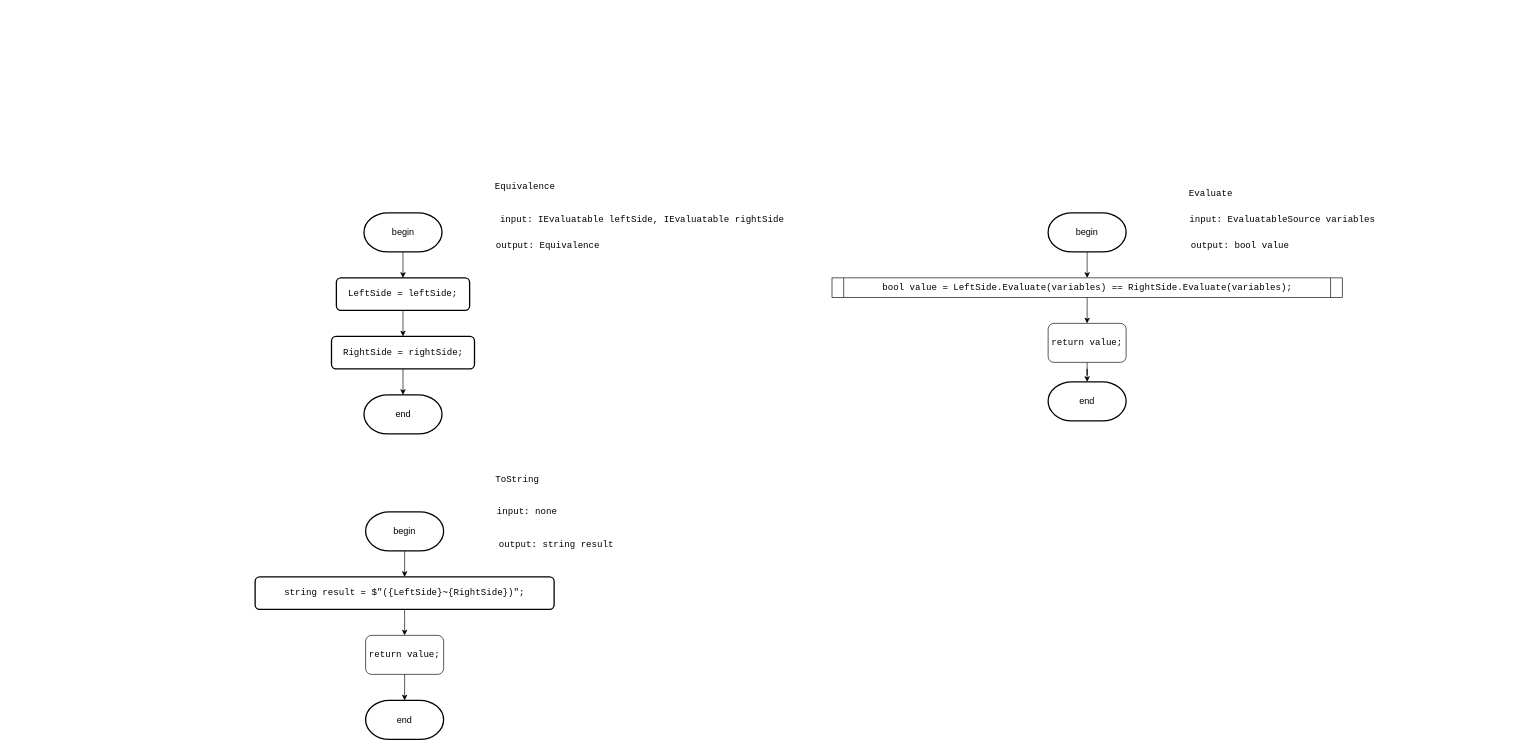
The draw.io diagram Diagrams/equivalence.drawio in slavikovics/FictionalVariables, before the edit. Source tidied: cells renumbered, new cells numbered last; positions are measured from the earlier drawing's top-left corner, leaving out a move shared by most shapes. Both pictures are drawn from the tidied source at 65%, with x=0, y=0 at pixel (255, 167).
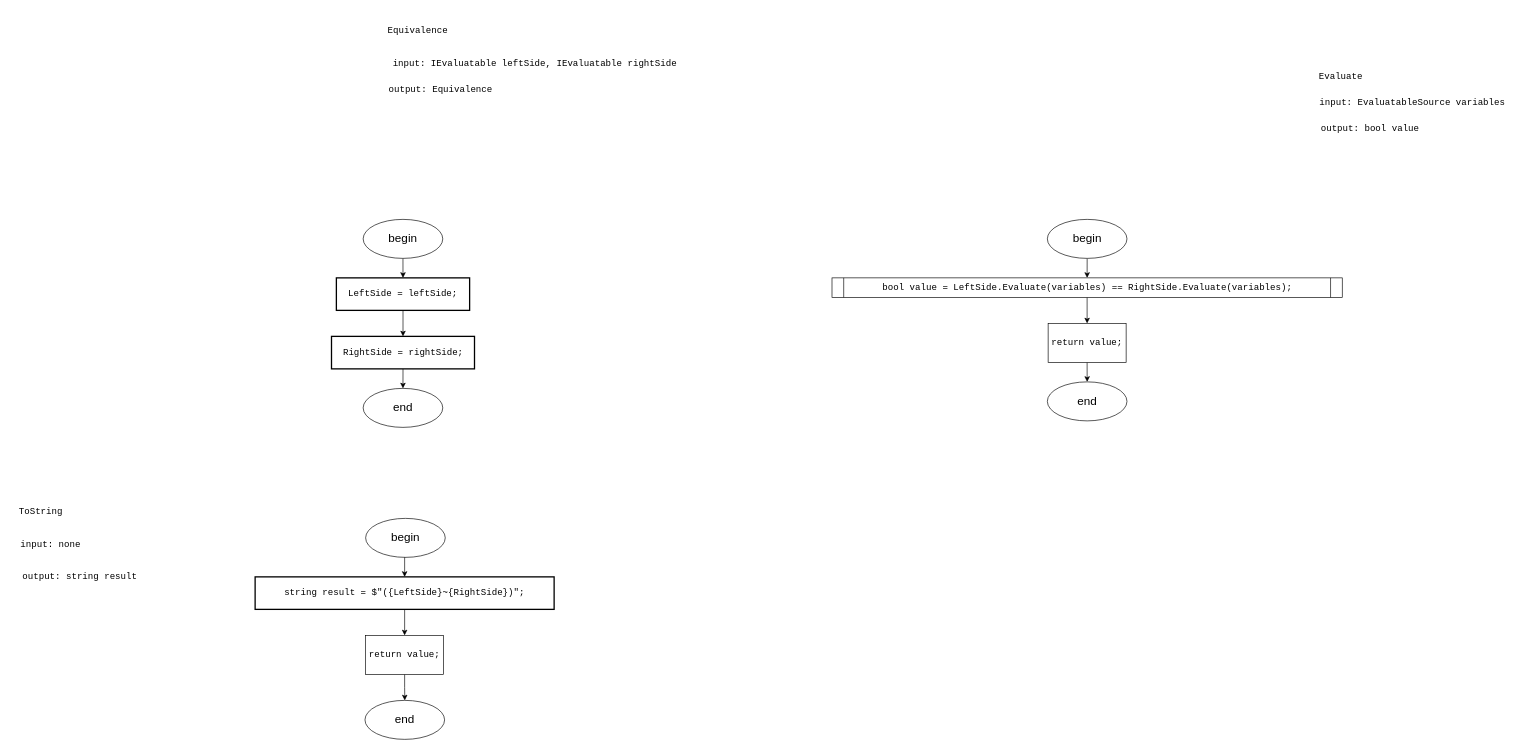
The same diagram, later.

Unchanged cells that the change refers to:
```xml
<mxCell id="27" value="&lt;pre style=&quot;font-family: &amp;quot;JetBrains Mono&amp;quot;, monospace;&quot;&gt;&lt;span style=&quot;&quot;&gt;bool &lt;/span&gt;&lt;span style=&quot;&quot;&gt;value &lt;/span&gt;= LeftSide.&lt;span style=&quot;&quot;&gt;Evaluate&lt;/span&gt;(&lt;span style=&quot;&quot;&gt;variables&lt;/span&gt;) == RightSide.&lt;span style=&quot;&quot;&gt;Evaluate&lt;/span&gt;(&lt;span style=&quot;&quot;&gt;variables&lt;/span&gt;);&lt;/pre&gt;" style="shape=process;whiteSpace=wrap;html=1;backgroundOutline=1;size=0.022988505747126436;fontSize=14;fontColor=#000000;labelBackgroundColor=none;" parent="1" vertex="1">
  <mxGeometry x="887.5" y="170" width="785" height="30" as="geometry" />
</mxCell>
```

What changed in the source:
```diff
@@
     <mxCell id="2" value="&lt;div&gt;&lt;pre style=&quot;font-family: &amp;quot;JetBrains Mono&amp;quot;, monospace;&quot;&gt;&lt;font style=&quot;&quot;&gt;Equivalence&lt;/font&gt;&lt;/pre&gt;&lt;/div&gt;" style="text;html=1;align=center;verticalAlign=middle;strokeColor=none;fillColor=none;fontSize=14;fontColor=#000000;labelBackgroundColor=none;" parent="1" vertex="1">
-      <mxGeometry x="360" width="110" height="60" as="geometry" />
+      <mxGeometry x="195" y="-240" width="110" height="60" as="geometry" />
     </mxCell>
-    <mxCell id="3" style="edgeStyle=orthogonalEdgeStyle;rounded=0;jettySize=auto;html=1;exitX=0.5;exitY=1;exitDx=0;exitDy=0;exitPerimeter=0;entryX=0.5;entryY=0;entryDx=0;entryDy=0;fontSize=14;fontColor=#000000;labelBackgroundColor=none;" parent="1" edge="1" source="4" target="6">
-      <mxGeometry relative="1" as="geometry" />
-    </mxCell>
-    <mxCell id="4" value="begin" style="strokeWidth=2;html=1;shape=mxgraph.flowchart.terminator;whiteSpace=wrap;fontSize=14;fontColor=#000000;labelBackgroundColor=none;" parent="1" vertex="1">
-      <mxGeometry x="167.5" y="70" width="120" height="60" as="geometry" />
-    </mxCell>
@@
-    <mxCell id="6" value="&lt;div style=&quot;&quot;&gt;&lt;pre style=&quot;font-family: &amp;quot;JetBrains Mono&amp;quot;, monospace;&quot;&gt;LeftSide = &lt;span style=&quot;&quot;&gt;leftSide&lt;/span&gt;;&lt;/pre&gt;&lt;/div&gt;" style="rounded=1;whiteSpace=wrap;html=1;absoluteArcSize=1;arcSize=14;strokeWidth=2;fontSize=14;fontColor=#000000;labelBackgroundColor=none;" parent="1" vertex="1">
+    <mxCell id="6" value="&lt;div style=&quot;&quot;&gt;&lt;pre style=&quot;font-family: &amp;quot;JetBrains Mono&amp;quot;, monospace;&quot;&gt;LeftSide = &lt;span style=&quot;&quot;&gt;leftSide&lt;/span&gt;;&lt;/pre&gt;&lt;/div&gt;" style="rounded=0;whiteSpace=wrap;html=1;absoluteArcSize=1;arcSize=14;strokeWidth=2;fontSize=14;fontColor=#000000;labelBackgroundColor=none;" parent="1" vertex="1">
       <mxGeometry x="125" y="170" width="205" height="50" as="geometry" />
     </mxCell>
+    <mxCell id="32" style="edgeStyle=orthogonalEdgeStyle;rounded=0;jettySize=auto;html=1;exitX=0.5;exitY=1;exitDx=0;exitDy=0;entryX=0.5;entryY=0;entryDx=0;entryDy=0;" parent="1" edge="1" source="7" target="37">
+      <mxGeometry relative="1" as="geometry" />
+    </mxCell>
-    <mxCell id="7" value="&lt;div style=&quot;&quot;&gt;&lt;pre style=&quot;font-family: &amp;quot;JetBrains Mono&amp;quot;, monospace;&quot;&gt;&lt;div&gt;&lt;pre style=&quot;font-family: &amp;quot;JetBrains Mono&amp;quot;, monospace;&quot;&gt;RightSide = &lt;span style=&quot;&quot;&gt;rightSide&lt;/span&gt;;&lt;/pre&gt;&lt;/div&gt;&lt;/pre&gt;&lt;/div&gt;" style="rounded=1;whiteSpace=wrap;html=1;absoluteArcSize=1;arcSize=14;strokeWidth=2;fontSize=14;fontColor=#000000;labelBackgroundColor=none;" parent="1" vertex="1">
+    <mxCell id="7" value="&lt;div style=&quot;&quot;&gt;&lt;pre style=&quot;font-family: &amp;quot;JetBrains Mono&amp;quot;, monospace;&quot;&gt;&lt;div&gt;&lt;pre style=&quot;font-family: &amp;quot;JetBrains Mono&amp;quot;, monospace;&quot;&gt;RightSide = &lt;span style=&quot;&quot;&gt;rightSide&lt;/span&gt;;&lt;/pre&gt;&lt;/div&gt;&lt;/pre&gt;&lt;/div&gt;" style="rounded=0;whiteSpace=wrap;html=1;absoluteArcSize=1;arcSize=14;strokeWidth=2;fontSize=14;fontColor=#000000;labelBackgroundColor=none;" parent="1" vertex="1">
       <mxGeometry x="117.5" y="260" width="220" height="50" as="geometry" />
     </mxCell>
     <mxCell id="8" value="&lt;pre style=&quot;font-family: &amp;quot;JetBrains Mono&amp;quot;, monospace;&quot;&gt;input: IEvaluatable leftSide, IEvaluatable rightSide&lt;/pre&gt;" style="text;html=1;align=center;verticalAlign=middle;strokeColor=none;fillColor=none;fontSize=14;fontColor=#000000;labelBackgroundColor=none;" parent="1" vertex="1">
-      <mxGeometry x="385" y="50" width="420" height="60" as="geometry" />
+      <mxGeometry x="220" y="-190" width="420" height="60" as="geometry" />
     </mxCell>
     <mxCell id="9" value="&lt;pre style=&quot;font-family: &amp;quot;JetBrains Mono&amp;quot;, monospace;&quot;&gt;output: Equivalence&lt;/pre&gt;" style="text;html=1;align=center;verticalAlign=middle;strokeColor=none;fillColor=none;fontSize=14;fontColor=#000000;labelBackgroundColor=none;" parent="1" vertex="1">
-      <mxGeometry x="365" y="90" width="170" height="60" as="geometry" />
+      <mxGeometry x="200" y="-150" width="170" height="60" as="geometry" />
     </mxCell>
-    <mxCell id="10" value="end" style="strokeWidth=2;html=1;shape=mxgraph.flowchart.terminator;whiteSpace=wrap;fontSize=14;fontColor=#000000;labelBackgroundColor=none;" parent="1" vertex="1">
-      <mxGeometry x="167.5" y="350" width="120" height="60" as="geometry" />
-    </mxCell>
-    <mxCell id="11" style="edgeStyle=orthogonalEdgeStyle;rounded=0;jettySize=auto;html=1;exitX=0.5;exitY=1;exitDx=0;exitDy=0;entryX=0.5;entryY=0;entryDx=0;entryDy=0;entryPerimeter=0;fontSize=14;fontColor=#000000;labelBackgroundColor=none;" parent="1" edge="1" source="7" target="10">
-      <mxGeometry relative="1" as="geometry" />
-    </mxCell>
     <mxCell id="12" value="&lt;pre style=&quot;font-family: &amp;quot;JetBrains Mono&amp;quot;, monospace;&quot;&gt;Evaluate&lt;/pre&gt;" style="text;html=1;align=center;verticalAlign=middle;strokeColor=none;fillColor=none;fontSize=14;fontColor=#000000;labelBackgroundColor=none;" parent="1" vertex="1">
-      <mxGeometry x="1425" y="10" width="90" height="60" as="geometry" />
+      <mxGeometry x="1625" y="-170" width="90" height="60" as="geometry" />
     </mxCell>
-    <mxCell id="13" style="edgeStyle=orthogonalEdgeStyle;rounded=0;jettySize=auto;html=1;exitX=0.5;exitY=1;exitDx=0;exitDy=0;exitPerimeter=0;entryX=0.5;entryY=0;entryDx=0;entryDy=0;fontSize=14;fontColor=#000000;labelBackgroundColor=none;" parent="1" edge="1" source="14" target="27">
-      <mxGeometry relative="1" as="geometry" />
-    </mxCell>
-    <mxCell id="14" value="begin" style="strokeWidth=2;html=1;shape=mxgraph.flowchart.terminator;whiteSpace=wrap;fontSize=14;fontColor=#000000;labelBackgroundColor=none;" parent="1" vertex="1">
-      <mxGeometry x="1220" y="70" width="120" height="60" as="geometry" />
-    </mxCell>
     <mxCell id="15" value="&lt;pre style=&quot;font-family: &amp;quot;JetBrains Mono&amp;quot;, monospace;&quot;&gt;input: EvaluatableSource variables&lt;/pre&gt;" style="text;html=1;align=center;verticalAlign=middle;strokeColor=none;fillColor=none;fontSize=14;fontColor=#000000;labelBackgroundColor=none;" parent="1" vertex="1">
-      <mxGeometry x="1435" y="50" width="290" height="60" as="geometry" />
+      <mxGeometry x="1635" y="-130" width="290" height="60" as="geometry" />
     </mxCell>
     <mxCell id="16" value="&lt;pre style=&quot;font-family: &amp;quot;JetBrains Mono&amp;quot;, monospace;&quot;&gt;output: bool value&lt;/pre&gt;" style="text;html=1;align=center;verticalAlign=middle;strokeColor=none;fillColor=none;fontSize=14;fontColor=#000000;labelBackgroundColor=none;" parent="1" vertex="1">
-      <mxGeometry x="1435" y="90" width="160" height="60" as="geometry" />
+      <mxGeometry x="1635" y="-90" width="160" height="60" as="geometry" />
     </mxCell>
-    <mxCell id="17" value="end" style="strokeWidth=2;html=1;shape=mxgraph.flowchart.terminator;whiteSpace=wrap;fontSize=14;fontColor=#000000;labelBackgroundColor=none;" parent="1" vertex="1">
-      <mxGeometry x="1220" y="330" width="120" height="60" as="geometry" />
-    </mxCell>
     <mxCell id="18" value="&lt;pre style=&quot;font-family: &amp;quot;JetBrains Mono&amp;quot;, monospace;&quot;&gt;ToString&lt;/pre&gt;" style="text;html=1;align=center;verticalAlign=middle;strokeColor=none;fillColor=none;fontSize=14;fontColor=#000000;labelBackgroundColor=none;" parent="1" vertex="1">
-      <mxGeometry x="357.5" y="450" width="90" height="60" as="geometry" />
+      <mxGeometry x="-375" y="500" width="90" height="60" as="geometry" />
     </mxCell>
-    <mxCell id="19" style="edgeStyle=orthogonalEdgeStyle;rounded=0;jettySize=auto;html=1;exitX=0.5;exitY=1;exitDx=0;exitDy=0;exitPerimeter=0;entryX=0.5;entryY=0;entryDx=0;entryDy=0;fontSize=14;fontColor=#000000;labelBackgroundColor=none;" parent="1" edge="1" source="20" target="22">
-      <mxGeometry relative="1" as="geometry" />
-    </mxCell>
-    <mxCell id="20" value="begin" style="strokeWidth=2;html=1;shape=mxgraph.flowchart.terminator;whiteSpace=wrap;fontSize=14;fontColor=#000000;labelBackgroundColor=none;" parent="1" vertex="1">
-      <mxGeometry x="170" y="530" width="120" height="60" as="geometry" />
-    </mxCell>
@@
-    <mxCell id="22" value="&lt;div style=&quot;&quot;&gt;&lt;pre style=&quot;font-family: &amp;quot;JetBrains Mono&amp;quot;, monospace;&quot;&gt;&lt;pre style=&quot;font-family: &amp;quot;JetBrains Mono&amp;quot;, monospace;&quot;&gt;&lt;pre style=&quot;font-family: &amp;quot;JetBrains Mono&amp;quot;, monospace;&quot;&gt;&lt;pre style=&quot;font-family: &amp;quot;JetBrains Mono&amp;quot;, monospace;&quot;&gt;&lt;div&gt;&lt;pre style=&quot;font-family: &amp;quot;JetBrains Mono&amp;quot;, monospace;&quot;&gt;&lt;span style=&quot;&quot;&gt;string &lt;/span&gt;&lt;span style=&quot;&quot;&gt;result &lt;/span&gt;= &lt;span style=&quot;&quot;&gt;$&quot;(&lt;/span&gt;{LeftSide}&lt;span style=&quot;&quot;&gt;~&lt;/span&gt;{RightSide}&lt;span style=&quot;&quot;&gt;)&quot;&lt;/span&gt;;&lt;/pre&gt;&lt;/div&gt;&lt;/pre&gt;&lt;/pre&gt;&lt;/pre&gt;&lt;/pre&gt;&lt;/div&gt;" style="rounded=1;whiteSpace=wrap;html=1;absoluteArcSize=1;arcSize=14;strokeWidth=2;fontSize=14;fontColor=#000000;labelBackgroundColor=none;" parent="1" vertex="1">
+    <mxCell id="22" value="&lt;div style=&quot;&quot;&gt;&lt;pre style=&quot;font-family: &amp;quot;JetBrains Mono&amp;quot;, monospace;&quot;&gt;&lt;pre style=&quot;font-family: &amp;quot;JetBrains Mono&amp;quot;, monospace;&quot;&gt;&lt;pre style=&quot;font-family: &amp;quot;JetBrains Mono&amp;quot;, monospace;&quot;&gt;&lt;pre style=&quot;font-family: &amp;quot;JetBrains Mono&amp;quot;, monospace;&quot;&gt;&lt;div&gt;&lt;pre style=&quot;font-family: &amp;quot;JetBrains Mono&amp;quot;, monospace;&quot;&gt;&lt;span style=&quot;&quot;&gt;string &lt;/span&gt;&lt;span style=&quot;&quot;&gt;result &lt;/span&gt;= &lt;span style=&quot;&quot;&gt;$&quot;(&lt;/span&gt;{LeftSide}&lt;span style=&quot;&quot;&gt;~&lt;/span&gt;{RightSide}&lt;span style=&quot;&quot;&gt;)&quot;&lt;/span&gt;;&lt;/pre&gt;&lt;/div&gt;&lt;/pre&gt;&lt;/pre&gt;&lt;/pre&gt;&lt;/pre&gt;&lt;/div&gt;" style="rounded=0;whiteSpace=wrap;html=1;absoluteArcSize=1;arcSize=14;strokeWidth=2;fontSize=14;fontColor=#000000;labelBackgroundColor=none;" parent="1" vertex="1">
       <mxGeometry y="630" width="460" height="50" as="geometry" />
     </mxCell>
     <mxCell id="23" value="&lt;pre style=&quot;font-family: &amp;quot;JetBrains Mono&amp;quot;, monospace;&quot;&gt;input: none&lt;/pre&gt;" style="text;html=1;align=center;verticalAlign=middle;strokeColor=none;fillColor=none;fontSize=14;fontColor=#000000;labelBackgroundColor=none;" parent="1" vertex="1">
-      <mxGeometry x="362.5" y="500" width="110" height="60" as="geometry" />
+      <mxGeometry x="-370" y="550" width="110" height="60" as="geometry" />
     </mxCell>
     <mxCell id="24" value="&lt;pre style=&quot;font-family: &amp;quot;JetBrains Mono&amp;quot;, monospace;&quot;&gt;output: string result&lt;/pre&gt;" style="text;html=1;align=center;verticalAlign=middle;strokeColor=none;fillColor=none;fontSize=14;fontColor=#000000;labelBackgroundColor=none;" parent="1" vertex="1">
-      <mxGeometry x="367.5" y="550" width="190" height="60" as="geometry" />
+      <mxGeometry x="-365" y="600" width="190" height="60" as="geometry" />
     </mxCell>
-    <mxCell id="25" value="end" style="strokeWidth=2;html=1;shape=mxgraph.flowchart.terminator;whiteSpace=wrap;fontSize=14;fontColor=#000000;labelBackgroundColor=none;" parent="1" vertex="1">
-      <mxGeometry x="170" y="820" width="120" height="60" as="geometry" />
-    </mxCell>
@@
-    <mxCell id="28" style="edgeStyle=orthogonalEdgeStyle;rounded=0;jettySize=auto;html=1;exitX=0.5;exitY=1;exitDx=0;exitDy=0;fontSize=14;fontColor=#000000;labelBackgroundColor=none;" parent="1" edge="1" source="29" target="17">
-      <mxGeometry relative="1" as="geometry" />
-    </mxCell>
+    <mxCell id="33" style="edgeStyle=orthogonalEdgeStyle;rounded=0;jettySize=auto;html=1;exitX=0.5;exitY=1;exitDx=0;exitDy=0;entryX=0.5;entryY=0;entryDx=0;entryDy=0;" parent="1" edge="1" source="29" target="43">
+      <mxGeometry relative="1" as="geometry" />
+    </mxCell>
-    <mxCell id="29" value="&lt;div style=&quot;&quot;&gt;&lt;pre style=&quot;font-family: &amp;quot;JetBrains Mono&amp;quot;, monospace;&quot;&gt;&lt;span style=&quot;&quot;&gt;return &lt;/span&gt;&lt;span style=&quot;&quot;&gt;value&lt;/span&gt;;&lt;/pre&gt;&lt;/div&gt;" style="rounded=1;whiteSpace=wrap;html=1;fontSize=14;fontColor=#000000;labelBackgroundColor=none;" parent="1" vertex="1">
+    <mxCell id="29" value="&lt;div style=&quot;&quot;&gt;&lt;pre style=&quot;font-family: &amp;quot;JetBrains Mono&amp;quot;, monospace;&quot;&gt;&lt;span style=&quot;&quot;&gt;return &lt;/span&gt;&lt;span style=&quot;&quot;&gt;value&lt;/span&gt;;&lt;/pre&gt;&lt;/div&gt;" style="rounded=0;whiteSpace=wrap;html=1;fontSize=14;fontColor=#000000;labelBackgroundColor=none;" parent="1" vertex="1">
       <mxGeometry x="1220" y="240" width="120" height="60" as="geometry" />
     </mxCell>
+    <mxCell id="34" style="edgeStyle=orthogonalEdgeStyle;rounded=0;jettySize=auto;html=1;exitX=0.5;exitY=1;exitDx=0;exitDy=0;" parent="1" edge="1" source="30" target="40">
+      <mxGeometry relative="1" as="geometry" />
+    </mxCell>
-    <mxCell id="30" value="&lt;div style=&quot;&quot;&gt;&lt;pre style=&quot;font-family: &amp;quot;JetBrains Mono&amp;quot;, monospace;&quot;&gt;&lt;span style=&quot;&quot;&gt;return &lt;/span&gt;&lt;span style=&quot;&quot;&gt;&lt;font&gt;value&lt;/font&gt;&lt;/span&gt;&lt;font&gt;;&lt;/font&gt;&lt;/pre&gt;&lt;/div&gt;" style="rounded=1;whiteSpace=wrap;html=1;fontSize=14;fontColor=#000000;labelBackgroundColor=none;" parent="1" vertex="1">
+    <mxCell id="30" value="&lt;div style=&quot;&quot;&gt;&lt;pre style=&quot;font-family: &amp;quot;JetBrains Mono&amp;quot;, monospace;&quot;&gt;&lt;span style=&quot;&quot;&gt;return &lt;/span&gt;&lt;span style=&quot;&quot;&gt;&lt;font&gt;value&lt;/font&gt;&lt;/span&gt;&lt;font&gt;;&lt;/font&gt;&lt;/pre&gt;&lt;/div&gt;" style="rounded=0;whiteSpace=wrap;html=1;fontSize=14;fontColor=#000000;labelBackgroundColor=none;" parent="1" vertex="1">
       <mxGeometry x="170" y="720" width="120" height="60" as="geometry" />
     </mxCell>
-    <mxCell id="31" style="edgeStyle=orthogonalEdgeStyle;rounded=0;jettySize=auto;html=1;exitX=0.5;exitY=1;exitDx=0;exitDy=0;entryX=0.5;entryY=0;entryDx=0;entryDy=0;entryPerimeter=0;fontSize=14;fontColor=#000000;labelBackgroundColor=none;" parent="1" edge="1" source="30" target="25">
-      <mxGeometry relative="1" as="geometry" />
-    </mxCell>
+    <mxCell id="35" style="edgeStyle=orthogonalEdgeStyle;rounded=0;jettySize=auto;html=1;exitX=0.5;exitY=1;exitDx=0;exitDy=0;entryX=0.5;entryY=0;entryDx=0;entryDy=0;" parent="1" edge="1" source="36" target="6">
+      <mxGeometry relative="1" as="geometry" />
+    </mxCell>
+    <mxCell id="36" value="&lt;font style=&quot;font-size: 18px;&quot;&gt;begin&lt;/font&gt;" style="ellipse;whiteSpace=wrap;html=1;" parent="1" vertex="1">
+      <mxGeometry x="166.2" y="80" width="122.5" height="60" as="geometry" />
+    </mxCell>
+    <mxCell id="37" value="&lt;font style=&quot;font-size: 18px;&quot;&gt;end&lt;/font&gt;" style="ellipse;whiteSpace=wrap;html=1;" parent="1" vertex="1">
+      <mxGeometry x="166.2" y="340" width="122.5" height="60" as="geometry" />
+    </mxCell>
+    <mxCell id="38" style="edgeStyle=orthogonalEdgeStyle;rounded=0;jettySize=auto;html=1;exitX=0.5;exitY=1;exitDx=0;exitDy=0;entryX=0.5;entryY=0;entryDx=0;entryDy=0;" parent="1" edge="1" source="39" target="22">
+      <mxGeometry relative="1" as="geometry" />
+    </mxCell>
+    <mxCell id="39" value="&lt;font style=&quot;font-size: 18px;&quot;&gt;begin&lt;/font&gt;" style="ellipse;whiteSpace=wrap;html=1;" parent="1" vertex="1">
+      <mxGeometry x="170" y="540" width="122.5" height="60" as="geometry" />
+    </mxCell>
+    <mxCell id="40" value="&lt;font style=&quot;font-size: 18px;&quot;&gt;end&lt;/font&gt;" style="ellipse;whiteSpace=wrap;html=1;" parent="1" vertex="1">
+      <mxGeometry x="169" y="820" width="122.5" height="60" as="geometry" />
+    </mxCell>
+    <mxCell id="41" style="edgeStyle=orthogonalEdgeStyle;rounded=0;jettySize=auto;html=1;exitX=0.5;exitY=1;exitDx=0;exitDy=0;entryX=0.5;entryY=0;entryDx=0;entryDy=0;" parent="1" edge="1" source="42" target="27">
+      <mxGeometry relative="1" as="geometry" />
+    </mxCell>
+    <mxCell id="42" value="&lt;font style=&quot;font-size: 18px;&quot;&gt;begin&lt;/font&gt;" style="ellipse;whiteSpace=wrap;html=1;" parent="1" vertex="1">
+      <mxGeometry x="1218.8" y="80" width="122.5" height="60" as="geometry" />
+    </mxCell>
+    <mxCell id="43" value="&lt;font style=&quot;font-size: 18px;&quot;&gt;end&lt;/font&gt;" style="ellipse;whiteSpace=wrap;html=1;" parent="1" vertex="1">
+      <mxGeometry x="1218.8" y="330" width="122.5" height="60" as="geometry" />
+    </mxCell>
```
